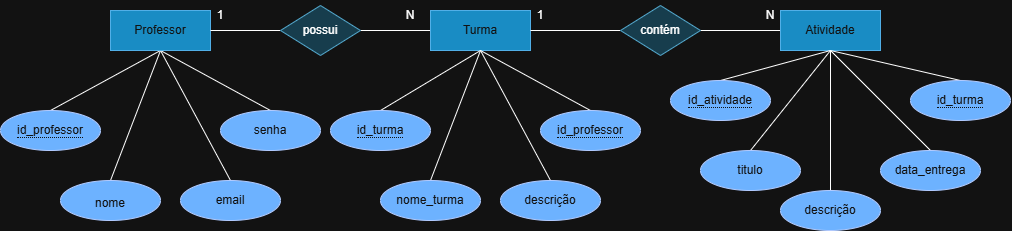
This is docs/img/DER.png from Bia-Vizeu/escolaavaliacao, a draw.io export, as it was before one commit. Source tidied: cells renumbered, new cells last; positions are measured from the earlier drawing's top-left corner, leaving out a move shared by most shapes.
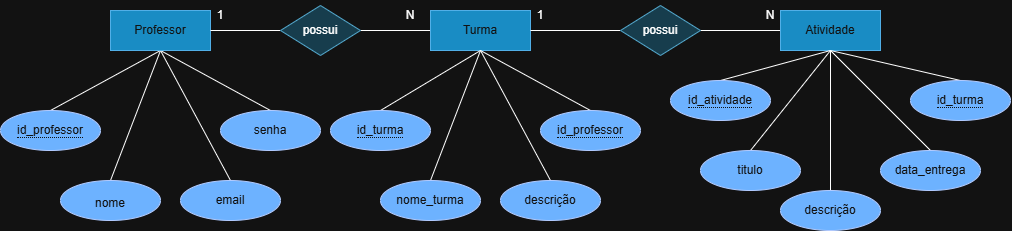
The same diagram one commit later.

What changed in the source:
```diff
@@ -133,7 +133,7 @@
     <mxCell id="39" style="edgeStyle=orthogonalEdgeStyle;rounded=0;jettySize=auto;html=1;exitX=1;exitY=0.5;exitDx=0;exitDy=0;entryX=0;entryY=0.5;entryDx=0;entryDy=0;endArrow=none;endFill=0;" parent="1" edge="1" source="9" target="40">
       <mxGeometry relative="1" as="geometry" />
     </mxCell>
-    <mxCell id="40" value="contém" style="shape=rhombus;perimeter=rhombusPerimeter;whiteSpace=wrap;html=1;align=center;fillColor=#b1ddf0;strokeColor=#10739e;" parent="1" vertex="1">
+    <mxCell id="40" value="possui" style="shape=rhombus;perimeter=rhombusPerimeter;whiteSpace=wrap;html=1;align=center;fillColor=#b1ddf0;strokeColor=#10739e;" parent="1" vertex="1">
       <mxGeometry x="620" y="5" width="80" height="50" as="geometry" />
     </mxCell>
   </root>
```
